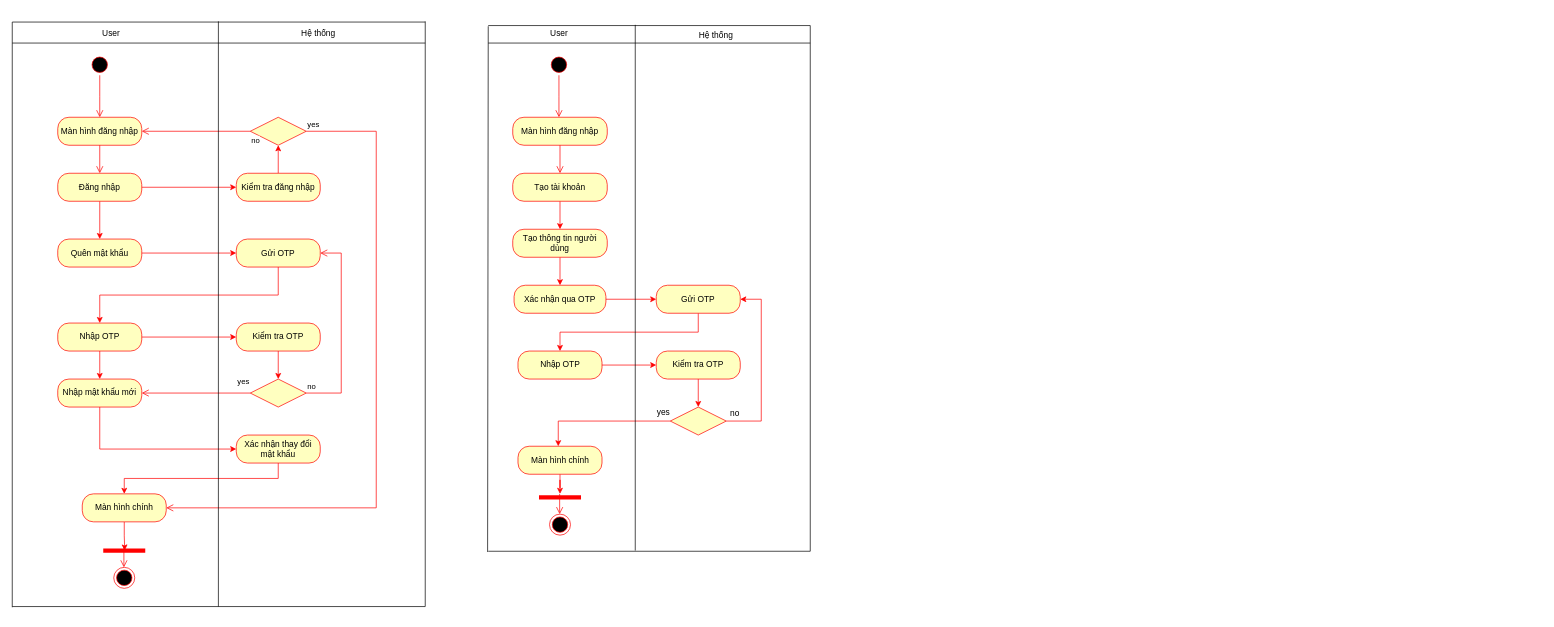
Before: page "AD" (6 of 6) of ToeicTestProjectDiagram.drawio in KimOanh0310/ToeicTestProject, a draw.io diagram. Source tidied: cells renumbered, new cells numbered last; positions are measured from the earlier drawing's top-left corner, leaving out a move shared by most shapes. Both pictures are drawn from the tidied source at 70%, with x=0, y=0 at pixel (12, 19).
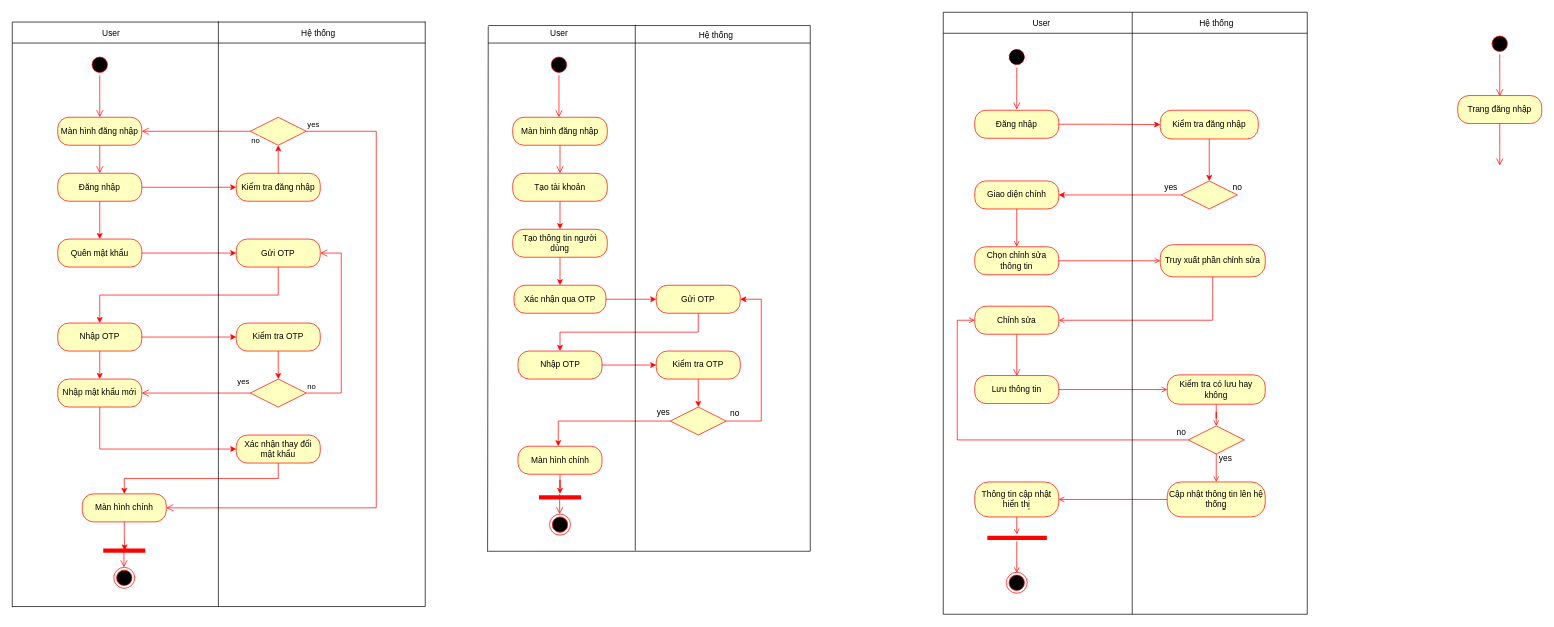
After the change.

The edit, as a diff of the source:
```diff
@@
+    <mxCell id="77" style="ellipse;html=1;shape=startState;fillColor=#000000;strokeColor=#ff0000;dashed=1;" parent="1" vertex="1">
+      <mxGeometry x="1420" y="39" width="30" height="30" as="geometry" />
+    </mxCell>
+    <mxCell id="78" style="edgeStyle=orthogonalEdgeStyle;html=1;verticalAlign=bottom;endArrow=open;endSize=8;strokeColor=#ff0000;rounded=0;" parent="1" edge="1" source="77">
+      <mxGeometry relative="1" as="geometry">
+        <mxPoint x="1435" y="129" as="targetPoint" />
+      </mxGeometry>
+    </mxCell>
+    <mxCell id="79" style="edgeStyle=orthogonalEdgeStyle;rounded=0;jettySize=auto;html=1;strokeColor=#FF0000;" parent="1" edge="1" source="80" target="82">
+      <mxGeometry relative="1" as="geometry" />
+    </mxCell>
+    <mxCell id="80" value="Đăng nhập" style="rounded=1;whiteSpace=wrap;html=1;arcSize=40;fontColor=#000000;fillColor=#ffffc0;strokeColor=#ff0000;" parent="1" vertex="1">
+      <mxGeometry x="1375" y="130" width="120" height="40" as="geometry" />
+    </mxCell>
+    <mxCell id="81" style="edgeStyle=orthogonalEdgeStyle;rounded=0;jettySize=auto;html=1;exitX=0.5;exitY=1;exitDx=0;exitDy=0;strokeColor=#FF0000;" parent="1" edge="1" source="82" target="84">
+      <mxGeometry relative="1" as="geometry" />
+    </mxCell>
+    <mxCell id="82" value="Kiểm tra đăng nhập" style="rounded=1;whiteSpace=wrap;html=1;arcSize=40;fontColor=#000000;fillColor=#ffffc0;strokeColor=#ff0000;" parent="1" vertex="1">
+      <mxGeometry x="1640" y="130" width="140" height="41" as="geometry" />
+    </mxCell>
+    <mxCell id="83" style="edgeStyle=orthogonalEdgeStyle;rounded=0;jettySize=auto;html=1;exitX=0;exitY=0.5;exitDx=0;exitDy=0;strokeColor=#FF0000;" parent="1" edge="1" source="84" target="87">
+      <mxGeometry relative="1" as="geometry" />
+    </mxCell>
+    <mxCell id="84" style="rhombus;whiteSpace=wrap;html=1;fillColor=#ffffc0;strokeColor=#ff0000;" parent="1" vertex="1">
+      <mxGeometry x="1670" y="231" width="80" height="40" as="geometry" />
+    </mxCell>
+    <mxCell id="85" value="no" style="text;html=1;align=center;verticalAlign=middle;strokeColor=none;fillColor=none;" parent="1" vertex="1">
+      <mxGeometry x="1730" y="225" width="40" height="30" as="geometry" />
+    </mxCell>
+    <mxCell id="86" style="edgeStyle=orthogonalEdgeStyle;rounded=0;jettySize=auto;html=1;exitX=0.5;exitY=1;exitDx=0;exitDy=0;endArrow=open;endFill=0;strokeColor=#FF0000;" parent="1" edge="1" source="87" target="90">
+      <mxGeometry relative="1" as="geometry" />
+    </mxCell>
+    <mxCell id="87" value="Giao diện chính" style="rounded=1;whiteSpace=wrap;html=1;arcSize=40;fontColor=#000000;fillColor=#ffffc0;strokeColor=#ff0000;" parent="1" vertex="1">
+      <mxGeometry x="1375" y="231" width="120" height="40" as="geometry" />
+    </mxCell>
+    <mxCell id="88" value="yes" style="text;html=1;align=center;verticalAlign=middle;strokeColor=none;fillColor=none;" parent="1" vertex="1">
+      <mxGeometry x="1635" y="226" width="40" height="30" as="geometry" />
+    </mxCell>
+    <mxCell id="89" style="edgeStyle=orthogonalEdgeStyle;rounded=0;jettySize=auto;html=1;exitX=1;exitY=0.5;exitDx=0;exitDy=0;endArrow=open;endFill=0;strokeColor=#FF0000;" parent="1" edge="1" source="90" target="92">
+      <mxGeometry relative="1" as="geometry" />
+    </mxCell>
+    <mxCell id="90" value="Chọn chỉnh sửa thông tin" style="rounded=1;whiteSpace=wrap;html=1;arcSize=40;fontColor=#000000;fillColor=#ffffc0;strokeColor=#ff0000;" parent="1" vertex="1">
+      <mxGeometry x="1375" y="325" width="120" height="40" as="geometry" />
+    </mxCell>
+    <mxCell id="91" style="edgeStyle=orthogonalEdgeStyle;rounded=0;jettySize=auto;html=1;exitX=0.5;exitY=1;exitDx=0;exitDy=0;entryX=1;entryY=0.5;entryDx=0;entryDy=0;endArrow=open;endFill=0;strokeColor=#FF0000;" parent="1" edge="1" source="92" target="93">
+      <mxGeometry relative="1" as="geometry" />
+    </mxCell>
+    <mxCell id="92" value="Truy xuất phần chỉnh sửa" style="rounded=1;whiteSpace=wrap;html=1;arcSize=40;fontColor=#000000;fillColor=#ffffc0;strokeColor=#ff0000;" parent="1" vertex="1">
+      <mxGeometry x="1640" y="322" width="150" height="46" as="geometry" />
+    </mxCell>
+    <mxCell id="93" value="Chỉnh sửa" style="rounded=1;whiteSpace=wrap;html=1;arcSize=40;fontColor=#000000;fillColor=#ffffc0;strokeColor=#ff0000;" parent="1" vertex="1">
+      <mxGeometry x="1375" y="410" width="120" height="40" as="geometry" />
+    </mxCell>
+    <mxCell id="94" style="edgeStyle=orthogonalEdgeStyle;html=1;verticalAlign=bottom;endArrow=open;endSize=8;strokeColor=#ff0000;rounded=0;" parent="1" edge="1" source="93">
+      <mxGeometry relative="1" as="geometry">
+        <mxPoint x="1435" y="510" as="targetPoint" />
+      </mxGeometry>
+    </mxCell>
+    <mxCell id="95" style="edgeStyle=orthogonalEdgeStyle;rounded=0;jettySize=auto;html=1;exitX=1;exitY=0.5;exitDx=0;exitDy=0;endArrow=open;endFill=0;strokeColor=#FF0000;" parent="1" edge="1" source="96" target="98">
+      <mxGeometry relative="1" as="geometry" />
+    </mxCell>
+    <mxCell id="96" value="Lưu thông tin" style="rounded=1;whiteSpace=wrap;html=1;arcSize=40;fontColor=#000000;fillColor=#ffffc0;strokeColor=#ff0000;" parent="1" vertex="1">
+      <mxGeometry x="1375" y="509" width="120" height="40" as="geometry" />
+    </mxCell>
+    <mxCell id="97" style="edgeStyle=orthogonalEdgeStyle;rounded=0;jettySize=auto;html=1;exitX=0.5;exitY=1;exitDx=0;exitDy=0;endArrow=open;endFill=0;strokeColor=#FF0000;" parent="1" edge="1" source="98" target="101">
+      <mxGeometry relative="1" as="geometry" />
+    </mxCell>
+    <mxCell id="98" value="Kiểm tra có lưu hay không" style="rounded=1;whiteSpace=wrap;html=1;arcSize=40;fontColor=#000000;fillColor=#ffffc0;strokeColor=#ff0000;" parent="1" vertex="1">
+      <mxGeometry x="1650" y="508" width="140" height="42" as="geometry" />
+    </mxCell>
+    <mxCell id="99" style="edgeStyle=orthogonalEdgeStyle;rounded=0;jettySize=auto;html=1;exitX=0.5;exitY=1;exitDx=0;exitDy=0;endArrow=open;endFill=0;strokeColor=#FF0000;" parent="1" edge="1" source="101" target="103">
+      <mxGeometry relative="1" as="geometry" />
+    </mxCell>
+    <mxCell id="100" style="edgeStyle=orthogonalEdgeStyle;rounded=0;jettySize=auto;html=1;exitX=0;exitY=0.5;exitDx=0;exitDy=0;entryX=0;entryY=0.5;entryDx=0;entryDy=0;endArrow=open;endFill=0;strokeColor=#FF0000;" parent="1" edge="1" source="101" target="93">
+      <mxGeometry relative="1" as="geometry">
+        <Array as="points">
+          <mxPoint x="1350" y="601" />
+          <mxPoint x="1350" y="430" />
+        </Array>
+      </mxGeometry>
+    </mxCell>
+    <mxCell id="101" style="rhombus;whiteSpace=wrap;html=1;fillColor=#ffffc0;strokeColor=#ff0000;" parent="1" vertex="1">
+      <mxGeometry x="1680" y="581" width="80" height="40" as="geometry" />
+    </mxCell>
+    <mxCell id="102" style="edgeStyle=orthogonalEdgeStyle;rounded=0;jettySize=auto;html=1;exitX=0;exitY=0.5;exitDx=0;exitDy=0;entryX=1;entryY=0.5;entryDx=0;entryDy=0;endArrow=open;endFill=0;strokeColor=#FF0000;" parent="1" edge="1" source="103" target="107">
+      <mxGeometry relative="1" as="geometry" />
+    </mxCell>
+    <mxCell id="103" value="Cập nhật thông tin lên hệ thống" style="rounded=1;whiteSpace=wrap;html=1;arcSize=40;fontColor=#000000;fillColor=#ffffc0;strokeColor=#ff0000;" parent="1" vertex="1">
+      <mxGeometry x="1650" y="661" width="140" height="50" as="geometry" />
+    </mxCell>
+    <mxCell id="104" value="yes" style="text;html=1;align=center;verticalAlign=middle;strokeColor=none;fillColor=none;" parent="1" vertex="1">
+      <mxGeometry x="1713" y="613" width="40" height="30" as="geometry" />
+    </mxCell>
+    <mxCell id="105" value="no" style="text;html=1;align=center;verticalAlign=middle;strokeColor=none;fillColor=none;" parent="1" vertex="1">
+      <mxGeometry x="1650" y="576" width="40" height="30" as="geometry" />
+    </mxCell>
+    <mxCell id="106" style="edgeStyle=orthogonalEdgeStyle;rounded=0;jettySize=auto;html=1;exitX=0.5;exitY=1;exitDx=0;exitDy=0;endArrow=open;endFill=0;strokeColor=#FF0000;" parent="1" edge="1" source="107" target="109">
+      <mxGeometry relative="1" as="geometry" />
+    </mxCell>
+    <mxCell id="107" value="Thông tin cập nhật hiển thị" style="rounded=1;whiteSpace=wrap;html=1;arcSize=40;fontColor=#000000;fillColor=#ffffc0;strokeColor=#ff0000;" parent="1" vertex="1">
+      <mxGeometry x="1375" y="661" width="120" height="50" as="geometry" />
+    </mxCell>
+    <mxCell id="108" style="edgeStyle=orthogonalEdgeStyle;rounded=0;jettySize=auto;html=1;endArrow=open;endFill=0;strokeColor=#FF0000;" parent="1" edge="1" source="109">
+      <mxGeometry relative="1" as="geometry">
+        <mxPoint x="1435" y="791" as="targetPoint" />
+      </mxGeometry>
+    </mxCell>
+    <mxCell id="109" style="shape=line;html=1;strokeWidth=6;strokeColor=#ff0000;" parent="1" vertex="1">
+      <mxGeometry x="1393" y="736" width="85" height="10" as="geometry" />
+    </mxCell>
+    <mxCell id="110" style="ellipse;html=1;shape=endState;fillColor=#000000;strokeColor=#ff0000;" parent="1" vertex="1">
+      <mxGeometry x="1420" y="790" width="30" height="30" as="geometry" />
+    </mxCell>
+    <mxCell id="111" style="endArrow=none;html=1;rounded=0;strokeColor=#000000;" parent="1" edge="1">
+      <mxGeometry relative="1" as="geometry">
+        <mxPoint x="1330" y="20" as="sourcePoint" />
+        <mxPoint x="1850" y="20" as="targetPoint" />
+      </mxGeometry>
+    </mxCell>
+    <mxCell id="112" style="endArrow=none;html=1;rounded=0;strokeColor=#000000;" parent="1" edge="1">
+      <mxGeometry relative="1" as="geometry">
+        <mxPoint x="1330" y="-10" as="sourcePoint" />
+        <mxPoint x="1330" y="850" as="targetPoint" />
+      </mxGeometry>
+    </mxCell>
+    <mxCell id="113" style="endArrow=none;html=1;rounded=0;strokeColor=#000000;" parent="1" edge="1">
+      <mxGeometry relative="1" as="geometry">
+        <mxPoint x="1850" y="850" as="sourcePoint" />
+        <mxPoint x="1850" y="-10" as="targetPoint" />
+      </mxGeometry>
+    </mxCell>
+    <mxCell id="114" style="endArrow=none;html=1;rounded=0;strokeColor=#000000;" parent="1" edge="1">
+      <mxGeometry relative="1" as="geometry">
+        <mxPoint x="1330" y="850" as="sourcePoint" />
+        <mxPoint x="1850" y="850" as="targetPoint" />
+      </mxGeometry>
+    </mxCell>
+    <mxCell id="115" style="endArrow=none;html=1;rounded=0;strokeColor=#000000;" parent="1" edge="1">
+      <mxGeometry relative="1" as="geometry">
+        <mxPoint x="1330" y="-10" as="sourcePoint" />
+        <mxPoint x="1850" y="-10" as="targetPoint" />
+      </mxGeometry>
+    </mxCell>
+    <mxCell id="116" style="endArrow=none;html=1;rounded=0;strokeColor=#000000;" parent="1" edge="1">
+      <mxGeometry relative="1" as="geometry">
+        <mxPoint x="1600" y="850" as="sourcePoint" />
+        <mxPoint x="1600" y="-10" as="targetPoint" />
+      </mxGeometry>
+    </mxCell>
+    <mxCell id="117" value="User" style="text;html=1;align=center;verticalAlign=middle;strokeColor=none;fillColor=none;" parent="1" vertex="1">
+      <mxGeometry x="1445" y="-9" width="50" height="30" as="geometry" />
+    </mxCell>
+    <mxCell id="118" value="Hệ thống" style="text;html=1;align=center;verticalAlign=middle;strokeColor=none;fillColor=none;" parent="1" vertex="1">
+      <mxGeometry x="1685" y="-9" width="70" height="30" as="geometry" />
+    </mxCell>
+    <mxCell id="119" style="ellipse;html=1;shape=startState;fillColor=#000000;strokeColor=#ff0000;" parent="1" vertex="1">
+      <mxGeometry x="2110" y="20" width="30" height="30" as="geometry" />
+    </mxCell>
+    <mxCell id="120" style="edgeStyle=orthogonalEdgeStyle;html=1;verticalAlign=bottom;endArrow=open;endSize=8;strokeColor=#ff0000;rounded=0;" parent="1" edge="1" source="119">
+      <mxGeometry relative="1" as="geometry">
+        <mxPoint x="2125" y="110" as="targetPoint" />
+      </mxGeometry>
+    </mxCell>
+    <mxCell id="121" value="Trang đăng nhập" style="rounded=1;whiteSpace=wrap;html=1;arcSize=40;fontColor=#000000;fillColor=#ffffc0;strokeColor=#ff0000;" parent="1" vertex="1">
+      <mxGeometry x="2065" y="109" width="120" height="40" as="geometry" />
+    </mxCell>
+    <mxCell id="122" style="edgeStyle=orthogonalEdgeStyle;html=1;verticalAlign=bottom;endArrow=open;endSize=8;strokeColor=#ff0000;rounded=0;" parent="1" edge="1" source="121">
+      <mxGeometry relative="1" as="geometry">
+        <mxPoint x="2125" y="209" as="targetPoint" />
+      </mxGeometry>
+    </mxCell>
```
